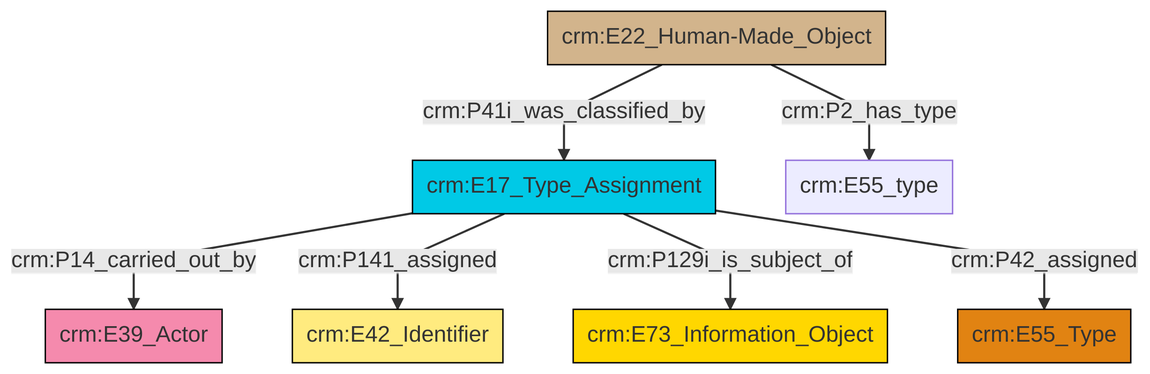
This is et/builtWorkCSV/ttl/mmd/png/Built_Work_designation_status.png from swiss-art-research-net/docs.swissartresearch, a Mermaid export, as it was before one commit. Its source is kept beside it as et/builtWorkCSV/ttl/mmd/Built_Work_designation_status.ttl.mmd. The source it was exported from:
```mermaid
graph TD
classDef Literal fill:#f2f2f2,stroke:#000000;
classDef CRM_Entity fill:#FFFFFF,stroke:#000000;
classDef Temporal_Entity fill:#00C9E6, stroke:#000000;
classDef Type fill:#E18312, stroke:#000000;
classDef Time-Span fill:#2C9C91, stroke:#000000;
classDef Appellation fill:#FFEB7F, stroke:#000000;
classDef Place fill:#008836, stroke:#000000;
classDef Persistent_Item fill:#B266B2, stroke:#000000;
classDef Conceptual_Object fill:#FFD700, stroke:#000000;
classDef Physical_Thing fill:#D2B48C, stroke:#000000;
classDef Actor fill:#f58aad, stroke:#000000;
classDef PC_Classes fill:#4ce600, stroke:#000000;
classDef Multi fill:#cccccc,stroke:#000000;

0["crm:E22_Human-Made_Object"]:::Physical_Thing -->|crm:P41i_was_classified_by| 1["crm:E17_Type_Assignment"]:::Temporal_Entity
1["crm:E17_Type_Assignment"]:::Temporal_Entity -->|crm:P14_carried_out_by| 6["crm:E39_Actor"]:::Actor
0["crm:E22_Human-Made_Object"]:::Physical_Thing -->|crm:P2_has_type| 2["crm:E55_type"]:::Default
1["crm:E17_Type_Assignment"]:::Temporal_Entity -->|crm:P141_assigned| 7["crm:E42_Identifier"]:::Appellation
1["crm:E17_Type_Assignment"]:::Temporal_Entity -->|crm:P129i_is_subject_of| 4["crm:E73_Information_Object"]:::Conceptual_Object
1["crm:E17_Type_Assignment"]:::Temporal_Entity -->|crm:P42_assigned| 10["crm:E55_Type"]:::Type
```
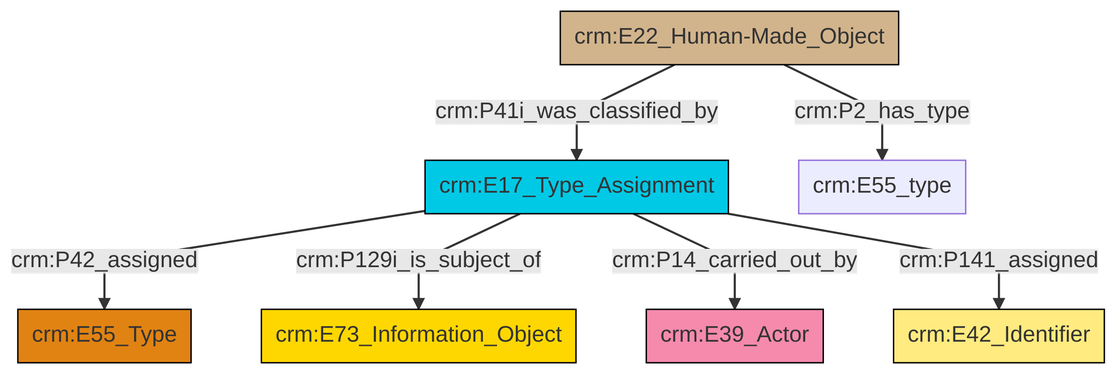
Above is the later version.

The edit, as a diff of the source:
```diff
@@ -13,9 +13,9 @@
 classDef PC_Classes fill:#4ce600, stroke:#000000;
 classDef Multi fill:#cccccc,stroke:#000000;
 
-0["crm:E22_Human-Made_Object"]:::Physical_Thing -->|crm:P41i_was_classified_by| 1["crm:E17_Type_Assignment"]:::Temporal_Entity
-1["crm:E17_Type_Assignment"]:::Temporal_Entity -->|crm:P14_carried_out_by| 6["crm:E39_Actor"]:::Actor
-0["crm:E22_Human-Made_Object"]:::Physical_Thing -->|crm:P2_has_type| 2["crm:E55_type"]:::Default
-1["crm:E17_Type_Assignment"]:::Temporal_Entity -->|crm:P141_assigned| 7["crm:E42_Identifier"]:::Appellation
-1["crm:E17_Type_Assignment"]:::Temporal_Entity -->|crm:P129i_is_subject_of| 4["crm:E73_Information_Object"]:::Conceptual_Object
-1["crm:E17_Type_Assignment"]:::Temporal_Entity -->|crm:P42_assigned| 10["crm:E55_Type"]:::Type
+2["crm:E22_Human-Made_Object"]:::Physical_Thing -->|crm:P2_has_type| 10["crm:E55_type"]:::Default
+6["crm:E17_Type_Assignment"]:::Temporal_Entity -->|crm:P42_assigned| 4["crm:E55_Type"]:::Type
+2["crm:E22_Human-Made_Object"]:::Physical_Thing -->|crm:P41i_was_classified_by| 6["crm:E17_Type_Assignment"]:::Temporal_Entity
+6["crm:E17_Type_Assignment"]:::Temporal_Entity -->|crm:P129i_is_subject_of| 8["crm:E73_Information_Object"]:::Conceptual_Object
+6["crm:E17_Type_Assignment"]:::Temporal_Entity -->|crm:P14_carried_out_by| 11["crm:E39_Actor"]:::Actor
+6["crm:E17_Type_Assignment"]:::Temporal_Entity -->|crm:P141_assigned| 0["crm:E42_Identifier"]:::Appellation
```
